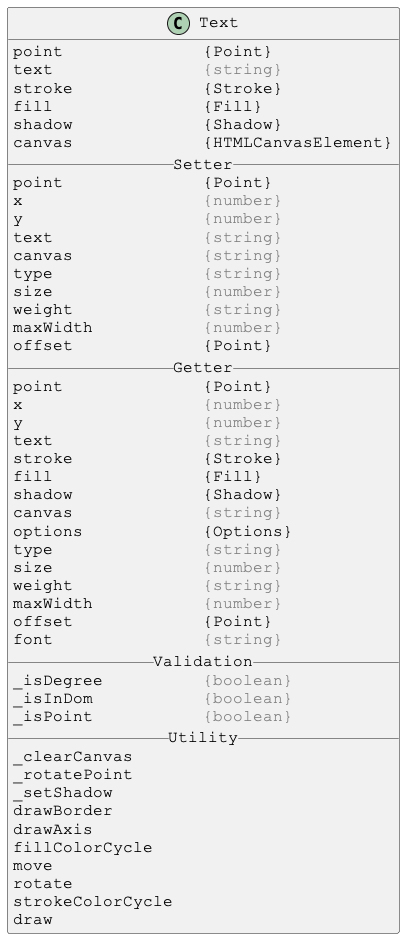
Before: docs/PlantUml/images/Text.png, a diagram exported from PlantUML (Justin-Byrne/canvasLab).
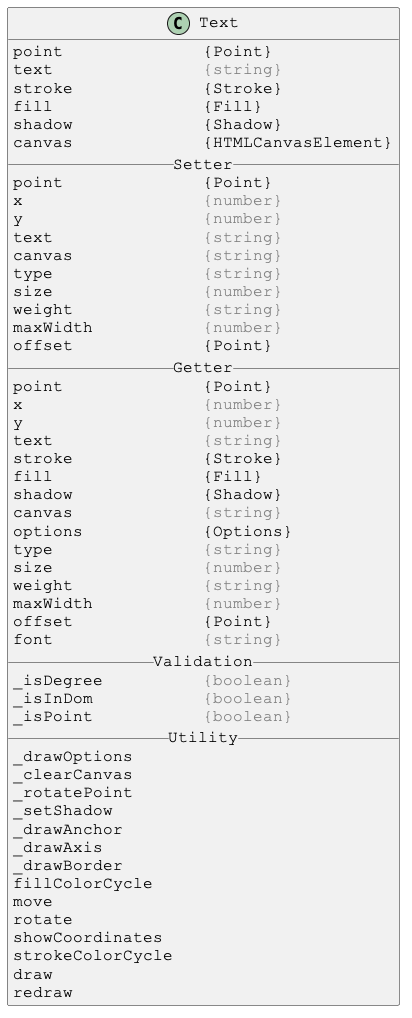
Later version of the same file.

The edit, as a diff of the source:
```diff
@@ -42,16 +42,20 @@
 _isInDom           <color:gray>{boolean}</color>
 _isPoint           <color:gray>{boolean}</color>
 __ Utility __
+_drawOptions
 _clearCanvas
 _rotatePoint
 _setShadow
-drawBorder
-drawAxis
+_drawAnchor
+_drawAxis
+_drawBorder
 fillColorCycle
 move
 rotate
+showCoordinates
 strokeColorCycle
 draw
+redraw
 }
 
 @enduml
```
